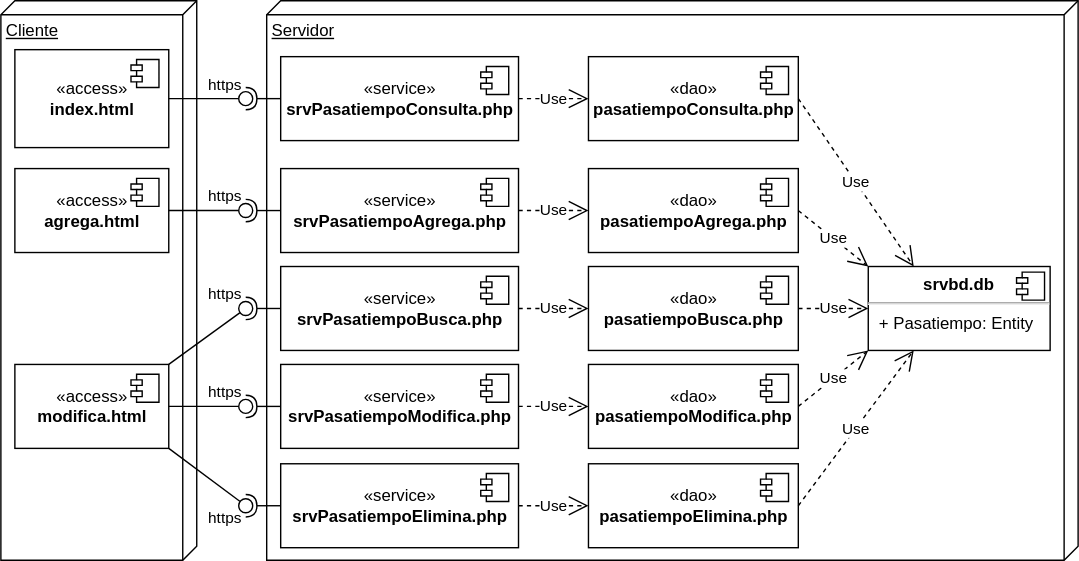
The draw.io diagram img/m13bd/bddistribucion.drawio.svg in gilpgawoas/gilpgawoas.github.io, before a commit. Source tidied: cells renumbered, new cells last; positions are measured from the earlier drawing's top-left corner, leaving out a move shared by most shapes.
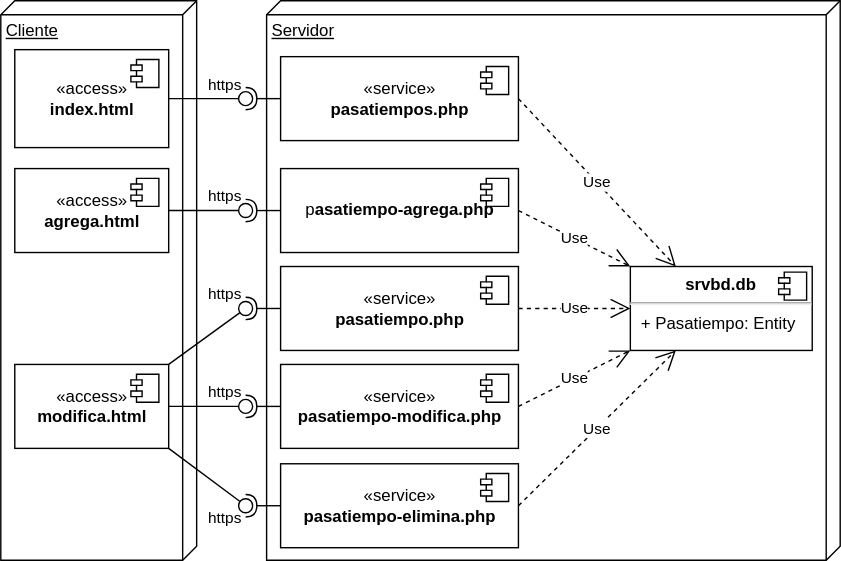
After the commit.

The edit, as a diff of the source:
```diff
@@ -14,9 +14,9 @@
       </mxGeometry>
     </mxCell>
     <mxCell id="5" value="Servidor" style="verticalAlign=top;align=left;spacingTop=8;spacingLeft=2;spacingRight=12;shape=cube;size=10;direction=south;fontStyle=4;html=1;" parent="1" vertex="1">
-      <mxGeometry x="190" width="580" height="400" as="geometry" />
+      <mxGeometry x="190" width="410" height="400" as="geometry" />
     </mxCell>
-    <mxCell id="6" value="«service»&lt;br&gt;&lt;b&gt;srvPasatiempoConsulta.php&lt;/b&gt;" style="html=1;" parent="1" vertex="1">
+    <mxCell id="6" value="«service»&lt;br&gt;&lt;b&gt;pasatiempos.php&lt;/b&gt;" style="html=1;" parent="1" vertex="1">
       <mxGeometry x="200" y="40" width="170" height="60" as="geometry" />
     </mxCell>
     <mxCell id="7" style="shape=module;jettyWidth=8;jettyHeight=4;" parent="6" vertex="1">
@@ -24,70 +24,26 @@
         <mxPoint x="-27" y="7" as="offset" />
       </mxGeometry>
     </mxCell>
-    <mxCell id="8" value="«dao»&lt;br&gt;&lt;b&gt;pasatiempoModifica.php&lt;/b&gt;" style="html=1;" parent="1" vertex="1">
-      <mxGeometry x="420" y="260" width="150" height="60" as="geometry" />
-    </mxCell>
-    <mxCell id="9" style="shape=module;jettyWidth=8;jettyHeight=4;" parent="8" vertex="1">
-      <mxGeometry x="1" width="20" height="20" relative="1" as="geometry">
-        <mxPoint x="-27" y="7" as="offset" />
-      </mxGeometry>
-    </mxCell>
-    <mxCell id="10" value="«dao»&lt;br&gt;&lt;b&gt;pasatiempoElimina.php&lt;/b&gt;" style="html=1;" parent="1" vertex="1">
-      <mxGeometry x="420" y="331" width="150" height="60" as="geometry" />
-    </mxCell>
-    <mxCell id="11" style="shape=module;jettyWidth=8;jettyHeight=4;" parent="10" vertex="1">
-      <mxGeometry x="1" width="20" height="20" relative="1" as="geometry">
-        <mxPoint x="-27" y="7" as="offset" />
-      </mxGeometry>
-    </mxCell>
-    <mxCell id="12" value="Use" style="endArrow=open;endSize=12;dashed=1;html=1;rounded=0;entryX=0;entryY=0.5;entryDx=0;entryDy=0;exitX=1;exitY=0.5;exitDx=0;exitDy=0;" parent="1" edge="1" source="6" target="30">
-      <mxGeometry relative="1" as="geometry" />
-    </mxCell>
-    <mxCell id="13" value="Use" style="endArrow=open;endSize=12;dashed=1;html=1;rounded=0;entryX=0;entryY=0.5;entryDx=0;entryDy=0;exitX=1;exitY=0.5;exitDx=0;exitDy=0;" parent="1" edge="1" source="38" target="10">
-      <mxGeometry relative="1" as="geometry" />
-    </mxCell>
-    <mxCell id="14" value="Use" style="endArrow=open;endSize=12;dashed=1;html=1;rounded=0;exitX=1;exitY=0.5;exitDx=0;exitDy=0;entryX=0;entryY=1;entryDx=0;entryDy=0;" parent="1" edge="1" source="8" target="16">
+    <mxCell id="14" value="Use" style="endArrow=open;endSize=12;dashed=1;html=1;rounded=0;exitX=1;exitY=0.5;exitDx=0;exitDy=0;entryX=0;entryY=1;entryDx=0;entryDy=0;" parent="1" edge="1" source="36" target="16">
       <mxGeometry relative="1" as="geometry" />
     </mxCell>
-    <mxCell id="15" value="Use" style="endArrow=open;endSize=12;dashed=1;html=1;rounded=0;entryX=0.25;entryY=1;entryDx=0;entryDy=0;exitX=1;exitY=0.5;exitDx=0;exitDy=0;" parent="1" edge="1" source="10" target="16">
+    <mxCell id="15" value="Use" style="endArrow=open;endSize=12;dashed=1;html=1;rounded=0;entryX=0.25;entryY=1;entryDx=0;entryDy=0;exitX=1;exitY=0.5;exitDx=0;exitDy=0;" parent="1" edge="1" source="38" target="16">
       <mxGeometry relative="1" as="geometry" />
     </mxCell>
     <mxCell id="16" value="&lt;p style=&quot;margin:0px;margin-top:6px;text-align:center;&quot;&gt;&lt;b&gt;srvbd.db&lt;/b&gt;&lt;/p&gt;&lt;hr&gt;&lt;p style=&quot;margin:0px;margin-left:8px;&quot;&gt;+ Pasatiempo: Entity&lt;/p&gt;" style="align=left;overflow=fill;html=1;" parent="1" vertex="1">
-      <mxGeometry x="620" y="190" width="130" height="60" as="geometry" />
+      <mxGeometry x="450" y="190" width="130" height="60" as="geometry" />
     </mxCell>
     <mxCell id="17" style="shape=component;jettyWidth=8;jettyHeight=4;" parent="16" vertex="1">
       <mxGeometry x="1" width="20" height="20" relative="1" as="geometry">
         <mxPoint x="-24" y="4" as="offset" />
       </mxGeometry>
     </mxCell>
-    <mxCell id="18" value="«dao»&lt;br&gt;&lt;b&gt;pasatiempoAgrega.php&lt;/b&gt;" style="html=1;" parent="1" vertex="1">
-      <mxGeometry x="420" y="120" width="150" height="60" as="geometry" />
-    </mxCell>
-    <mxCell id="19" style="shape=module;jettyWidth=8;jettyHeight=4;" parent="18" vertex="1">
-      <mxGeometry x="1" width="20" height="20" relative="1" as="geometry">
-        <mxPoint x="-27" y="7" as="offset" />
-      </mxGeometry>
-    </mxCell>
-    <mxCell id="20" value="«dao»&lt;br&gt;&lt;b&gt;pasatiempoBusca.php&lt;/b&gt;" style="html=1;" parent="1" vertex="1">
-      <mxGeometry x="420" y="190" width="150" height="60" as="geometry" />
-    </mxCell>
-    <mxCell id="21" style="shape=module;jettyWidth=8;jettyHeight=4;" parent="20" vertex="1">
-      <mxGeometry x="1" width="20" height="20" relative="1" as="geometry">
-        <mxPoint x="-27" y="7" as="offset" />
-      </mxGeometry>
-    </mxCell>
-    <mxCell id="22" value="Use" style="endArrow=open;endSize=12;dashed=1;html=1;rounded=0;exitX=1;exitY=0.5;exitDx=0;exitDy=0;entryX=0;entryY=0;entryDx=0;entryDy=0;" parent="1" edge="1" source="18" target="16">
+    <mxCell id="22" value="Use" style="endArrow=open;endSize=12;dashed=1;html=1;rounded=0;exitX=1;exitY=0.5;exitDx=0;exitDy=0;entryX=0;entryY=0;entryDx=0;entryDy=0;" parent="1" edge="1" source="32" target="16">
       <mxGeometry relative="1" as="geometry" />
     </mxCell>
-    <mxCell id="23" value="Use" style="endArrow=open;endSize=12;dashed=1;html=1;rounded=0;exitX=1;exitY=0.5;exitDx=0;exitDy=0;entryX=0;entryY=0.5;entryDx=0;entryDy=0;" parent="1" edge="1" source="20" target="16">
+    <mxCell id="23" value="Use" style="endArrow=open;endSize=12;dashed=1;html=1;rounded=0;exitX=1;exitY=0.5;exitDx=0;exitDy=0;entryX=0;entryY=0.5;entryDx=0;entryDy=0;" parent="1" edge="1" source="34" target="16">
       <mxGeometry relative="1" as="geometry" />
     </mxCell>
-    <mxCell id="24" value="Use" style="endArrow=open;endSize=12;dashed=1;html=1;rounded=0;entryX=0;entryY=0.5;entryDx=0;entryDy=0;exitX=1;exitY=0.5;exitDx=0;exitDy=0;" parent="1" edge="1" source="34" target="20">
-      <mxGeometry relative="1" as="geometry" />
-    </mxCell>
-    <mxCell id="25" value="Use" style="endArrow=open;endSize=12;dashed=1;html=1;rounded=0;entryX=0;entryY=0.5;entryDx=0;entryDy=0;exitX=1;exitY=0.5;exitDx=0;exitDy=0;" parent="1" edge="1" source="36" target="8">
-      <mxGeometry relative="1" as="geometry" />
-    </mxCell>
     <mxCell id="26" value="«access»&lt;br&gt;&lt;b&gt;agrega.html&lt;/b&gt;" style="html=1;" parent="1" vertex="1">
       <mxGeometry x="10" y="120" width="110" height="60" as="geometry" />
     </mxCell>
@@ -104,15 +60,7 @@
         <mxPoint x="-27" y="7" as="offset" />
       </mxGeometry>
     </mxCell>
-    <mxCell id="30" value="«dao»&lt;br&gt;&lt;b&gt;pasatiempoConsulta.php&lt;/b&gt;" style="html=1;" parent="1" vertex="1">
-      <mxGeometry x="420" y="40" width="150" height="60" as="geometry" />
-    </mxCell>
-    <mxCell id="31" style="shape=module;jettyWidth=8;jettyHeight=4;" parent="30" vertex="1">
-      <mxGeometry x="1" width="20" height="20" relative="1" as="geometry">
-        <mxPoint x="-27" y="7" as="offset" />
-      </mxGeometry>
-    </mxCell>
-    <mxCell id="32" value="«service»&lt;br&gt;&lt;b&gt;srvPasatiempoAgrega.php&lt;/b&gt;" style="html=1;" parent="1" vertex="1">
+    <mxCell id="32" value="p&lt;b&gt;asatiempo-agrega.php&lt;/b&gt;" style="html=1;" parent="1" vertex="1">
       <mxGeometry x="200" y="120" width="170" height="60" as="geometry" />
     </mxCell>
     <mxCell id="33" style="shape=module;jettyWidth=8;jettyHeight=4;" parent="32" vertex="1">
@@ -120,7 +68,7 @@
         <mxPoint x="-27" y="7" as="offset" />
       </mxGeometry>
     </mxCell>
-    <mxCell id="34" value="«service»&lt;br&gt;&lt;b&gt;srvPasatiempoBusca.php&lt;/b&gt;" style="html=1;" parent="1" vertex="1">
+    <mxCell id="34" value="«service»&lt;br&gt;&lt;b&gt;pasatiempo.php&lt;/b&gt;" style="html=1;" parent="1" vertex="1">
       <mxGeometry x="200" y="190" width="170" height="60" as="geometry" />
     </mxCell>
     <mxCell id="35" style="shape=module;jettyWidth=8;jettyHeight=4;" parent="34" vertex="1">
@@ -128,7 +76,7 @@
         <mxPoint x="-27" y="7" as="offset" />
       </mxGeometry>
     </mxCell>
-    <mxCell id="36" value="«service»&lt;br&gt;&lt;b&gt;srvPasatiempoModifica.php&lt;/b&gt;" style="html=1;" parent="1" vertex="1">
+    <mxCell id="36" value="«service»&lt;br&gt;&lt;b&gt;pasatiempo-modifica.php&lt;/b&gt;" style="html=1;" parent="1" vertex="1">
       <mxGeometry x="200" y="260" width="170" height="60" as="geometry" />
     </mxCell>
     <mxCell id="37" style="shape=module;jettyWidth=8;jettyHeight=4;" parent="36" vertex="1">
@@ -136,7 +84,7 @@
         <mxPoint x="-27" y="7" as="offset" />
       </mxGeometry>
     </mxCell>
-    <mxCell id="38" value="«service»&lt;br&gt;&lt;b&gt;srvPasatiempoElimina.php&lt;/b&gt;" style="html=1;" parent="1" vertex="1">
+    <mxCell id="38" value="«service»&lt;br&gt;&lt;b&gt;pasatiempo-elimina.php&lt;/b&gt;" style="html=1;" parent="1" vertex="1">
       <mxGeometry x="200" y="331" width="170" height="60" as="geometry" />
     </mxCell>
     <mxCell id="39" style="shape=module;jettyWidth=8;jettyHeight=4;" parent="38" vertex="1">
@@ -144,10 +92,7 @@
         <mxPoint x="-27" y="7" as="offset" />
       </mxGeometry>
     </mxCell>
-    <mxCell id="40" value="Use" style="endArrow=open;endSize=12;dashed=1;html=1;rounded=0;entryX=0;entryY=0.5;entryDx=0;entryDy=0;exitX=1;exitY=0.5;exitDx=0;exitDy=0;" parent="1" edge="1" source="32" target="18">
-      <mxGeometry relative="1" as="geometry" />
-    </mxCell>
-    <mxCell id="41" value="Use" style="endArrow=open;endSize=12;dashed=1;html=1;rounded=0;exitX=1;exitY=0.5;exitDx=0;exitDy=0;entryX=0.25;entryY=0;entryDx=0;entryDy=0;" parent="1" edge="1" source="30" target="16">
+    <mxCell id="41" value="Use" style="endArrow=open;endSize=12;dashed=1;html=1;rounded=0;exitX=1;exitY=0.5;exitDx=0;exitDy=0;entryX=0.25;entryY=0;entryDx=0;entryDy=0;" parent="1" edge="1" source="6" target="16">
       <mxGeometry relative="1" as="geometry" />
     </mxCell>
     <mxCell id="42" value="https" style="rounded=0;jettySize=auto;html=1;endArrow=none;endFill=0;sketch=0;sourcePerimeterSpacing=0;targetPerimeterSpacing=0;exitX=1;exitY=0;exitDx=0;exitDy=0;" parent="1" edge="1" source="28" target="44">
```
